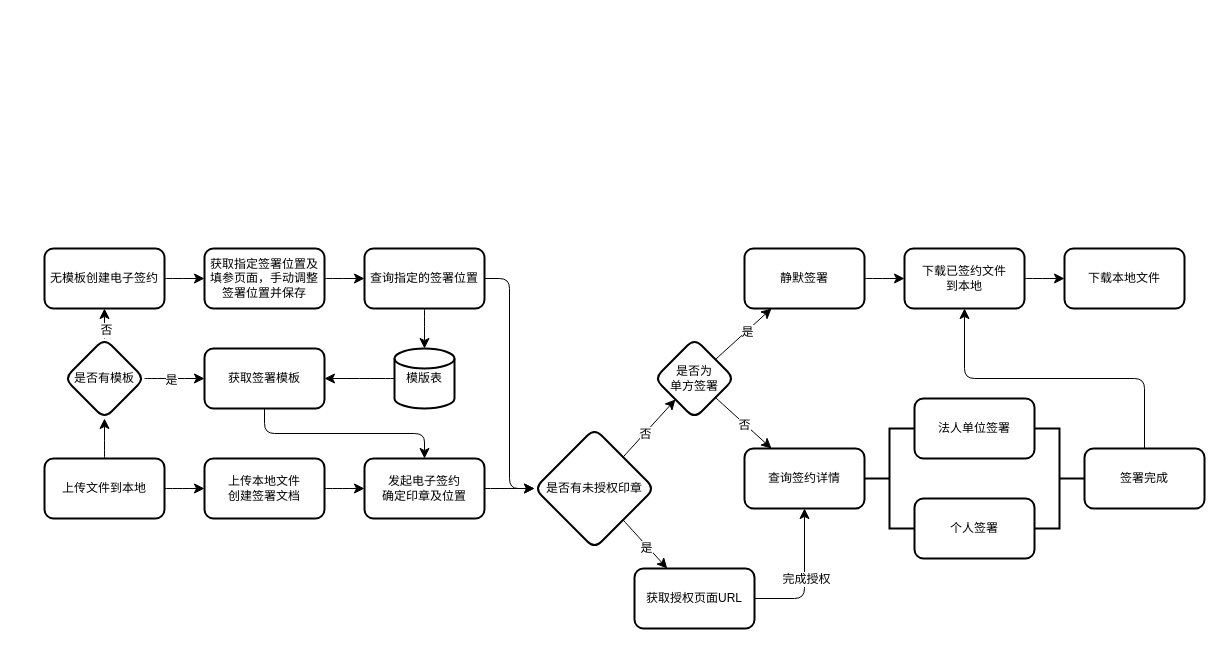
Above: 契约锁静默签署流程设计.drawio in lyq617-code/draw.io (draw.io), before the change. Source tidied: cells renumbered, new cells numbered last; positions are measured from the earlier drawing's top-left corner, leaving out a move shared by most shapes. Both pictures are drawn from the tidied source at 100%, with x=0, y=0 at pixel (44, 248).
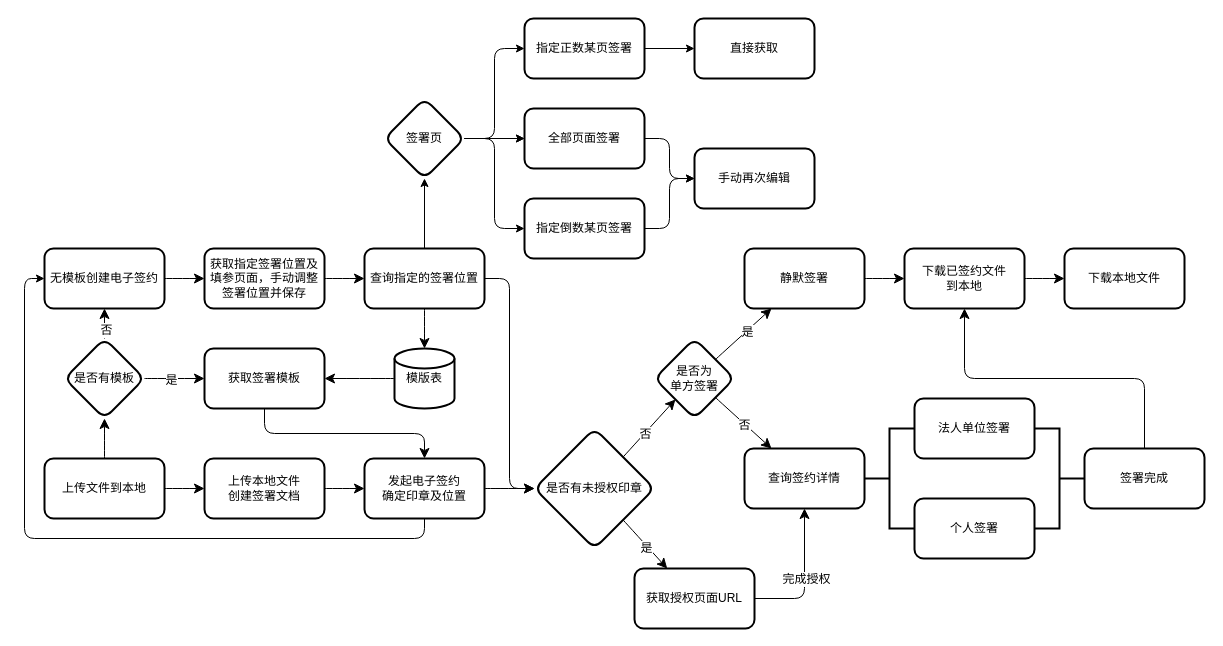
Above is the later version.

Commit message:
更新契约锁静默签署流程设计.drawio

The change refers to these unchanged cells:
```xml
<mxCell id="8" value="发起电子签约&lt;div&gt;确定印章及位置&lt;/div&gt;" style="whiteSpace=wrap;html=1;rounded=1;strokeWidth=2;" parent="1" vertex="1">
  <mxGeometry x="320" y="210" width="120" height="60" as="geometry" />
</mxCell>
<mxCell id="42" value="无模板创建电子签约" style="whiteSpace=wrap;html=1;rounded=1;strokeWidth=2;" parent="1" vertex="1">
  <mxGeometry width="120" height="60" as="geometry" />
</mxCell>
<mxCell id="49" value="查询指定的签署位置" style="whiteSpace=wrap;html=1;rounded=1;strokeWidth=2;" parent="1" vertex="1">
  <mxGeometry x="320" width="120" height="60" as="geometry" />
</mxCell>
```

The edit, as a diff of the source:
```diff
@@
+    <mxCell id="50" style="edgeStyle=orthogonalEdgeStyle;rounded=1;jettySize=auto;html=1;exitX=0.5;exitY=1;exitDx=0;exitDy=0;entryX=0;entryY=0.5;entryDx=0;entryDy=0;curved=0;" parent="1" edge="1" source="8" target="42">
+      <mxGeometry relative="1" as="geometry" />
+    </mxCell>
@@
+    <mxCell id="51" style="edgeStyle=orthogonalEdgeStyle;rounded=0;jettySize=auto;html=1;" parent="1" edge="1" source="49" target="56">
+      <mxGeometry relative="1" as="geometry" />
+    </mxCell>
@@
+    <mxCell id="52" style="edgeStyle=orthogonalEdgeStyle;rounded=1;jettySize=auto;html=1;entryX=0;entryY=0.5;entryDx=0;entryDy=0;curved=0;" parent="1" edge="1" source="56" target="58">
+      <mxGeometry relative="1" as="geometry" />
+    </mxCell>
+    <mxCell id="53" style="edgeStyle=orthogonalEdgeStyle;rounded=0;jettySize=auto;html=1;" parent="1" edge="1" source="56" target="60">
+      <mxGeometry relative="1" as="geometry" />
+    </mxCell>
+    <mxCell id="54" style="edgeStyle=orthogonalEdgeStyle;rounded=0;jettySize=auto;html=1;" parent="1" edge="1" source="56" target="60">
+      <mxGeometry relative="1" as="geometry" />
+    </mxCell>
+    <mxCell id="55" style="edgeStyle=orthogonalEdgeStyle;rounded=1;jettySize=auto;html=1;entryX=0;entryY=0.5;entryDx=0;entryDy=0;curved=0;" parent="1" edge="1" source="56" target="62">
+      <mxGeometry relative="1" as="geometry" />
+    </mxCell>
+    <mxCell id="56" value="签署页" style="rhombus;whiteSpace=wrap;html=1;rounded=1;strokeWidth=2;" parent="1" vertex="1">
+      <mxGeometry x="340" y="-150" width="80" height="80" as="geometry" />
+    </mxCell>
+    <mxCell id="57" style="edgeStyle=orthogonalEdgeStyle;rounded=0;jettySize=auto;html=1;" parent="1" edge="1" source="58" target="63">
+      <mxGeometry relative="1" as="geometry" />
+    </mxCell>
+    <mxCell id="58" value="指定正数某页签署" style="whiteSpace=wrap;html=1;rounded=1;strokeWidth=2;" parent="1" vertex="1">
+      <mxGeometry x="480" y="-230" width="120" height="60" as="geometry" />
+    </mxCell>
+    <mxCell id="59" style="edgeStyle=orthogonalEdgeStyle;rounded=1;jettySize=auto;html=1;curved=0;" parent="1" edge="1" source="60" target="64">
+      <mxGeometry relative="1" as="geometry" />
+    </mxCell>
+    <mxCell id="60" value="全部页面签署" style="whiteSpace=wrap;html=1;rounded=1;strokeWidth=2;" parent="1" vertex="1">
+      <mxGeometry x="480" y="-140" width="120" height="60" as="geometry" />
+    </mxCell>
+    <mxCell id="61" style="edgeStyle=orthogonalEdgeStyle;rounded=1;jettySize=auto;html=1;entryX=0;entryY=0.5;entryDx=0;entryDy=0;curved=0;" parent="1" edge="1" source="62" target="64">
+      <mxGeometry relative="1" as="geometry" />
+    </mxCell>
+    <mxCell id="62" value="指定倒数某页签署" style="whiteSpace=wrap;html=1;rounded=1;strokeWidth=2;" parent="1" vertex="1">
+      <mxGeometry x="480" y="-50" width="120" height="60" as="geometry" />
+    </mxCell>
+    <mxCell id="63" value="直接获取" style="whiteSpace=wrap;html=1;rounded=1;strokeWidth=2;" parent="1" vertex="1">
+      <mxGeometry x="650" y="-230" width="120" height="60" as="geometry" />
+    </mxCell>
+    <mxCell id="64" value="手动再次编辑" style="whiteSpace=wrap;html=1;rounded=1;strokeWidth=2;" parent="1" vertex="1">
+      <mxGeometry x="650" y="-100" width="120" height="60" as="geometry" />
+    </mxCell>
```
